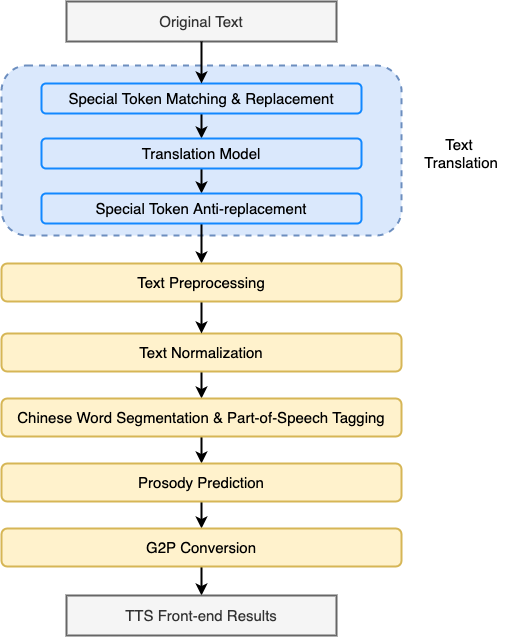
The draw.io diagram img/figure1_3.0.png in sweetbao/sweetbao.github.io, before a commit. Source tidied: cells renumbered, new cells last; positions are measured from the earlier drawing's top-left corner, leaving out a move shared by most shapes. Its diagram source:
```xml
<mxGraphModel>
  <root>
    <mxCell id="0" />
    <mxCell id="1" parent="0" />
    <mxCell id="2" value="Original Text" style="rounded=0;whiteSpace=wrap;html=1;fillColor=#f5f5f5;fontColor=#333333;strokeColor=#666666;strokeWidth=2;fontSize=15;" parent="1" vertex="1">
      <mxGeometry x="65" width="270" height="40" as="geometry" />
    </mxCell>
    <mxCell id="3" style="rounded=1;whiteSpace=wrap;html=1;dashed=1;fillColor=#dae8fc;strokeColor=#6c8ebf;strokeWidth=2;fontSize=15;" parent="1" vertex="1">
      <mxGeometry y="64" width="400" height="170" as="geometry" />
    </mxCell>
    <mxCell id="4" style="edgeStyle=orthogonalEdgeStyle;rounded=0;jettySize=auto;html=1;strokeWidth=2;fontSize=15;" parent="1" edge="1" source="5" target="7">
      <mxGeometry relative="1" as="geometry" />
    </mxCell>
    <mxCell id="5" value="Text Normalization" style="rounded=1;whiteSpace=wrap;html=1;fillColor=#fff2cc;strokeColor=#d6b656;imageWidth=24;strokeWidth=2;fontSize=15;" parent="1" vertex="1">
      <mxGeometry y="332" width="400" height="38" as="geometry" />
    </mxCell>
    <mxCell id="6" style="edgeStyle=orthogonalEdgeStyle;rounded=0;jettySize=auto;html=1;exitX=0.5;exitY=1;exitDx=0;exitDy=0;entryX=0.5;entryY=0;entryDx=0;entryDy=0;strokeWidth=2;fontSize=15;" parent="1" edge="1" source="7" target="18">
      <mxGeometry relative="1" as="geometry" />
    </mxCell>
    <mxCell id="7" value="Chinese Word Segmentation &amp;amp; Part-of-Speech Tagging" style="rounded=1;whiteSpace=wrap;html=1;fillColor=#fff2cc;strokeColor=#d6b656;strokeWidth=2;fontSize=15;" parent="1" vertex="1">
      <mxGeometry y="397" width="400" height="38" as="geometry" />
    </mxCell>
    <mxCell id="8" style="edgeStyle=orthogonalEdgeStyle;rounded=0;jettySize=auto;html=1;exitX=0.5;exitY=1;exitDx=0;exitDy=0;entryX=0.5;entryY=0;entryDx=0;entryDy=0;strokeWidth=2;fontSize=15;" parent="1" edge="1" source="18" target="19">
      <mxGeometry relative="1" as="geometry" />
    </mxCell>
    <mxCell id="9" style="edgeStyle=orthogonalEdgeStyle;rounded=0;jettySize=auto;html=1;exitX=0.5;exitY=1;exitDx=0;exitDy=0;strokeWidth=2;fontSize=15;" parent="1" edge="1" source="19" target="10">
      <mxGeometry relative="1" as="geometry" />
    </mxCell>
    <mxCell id="10" value="TTS Front-end Results" style="rounded=0;whiteSpace=wrap;html=1;fillColor=#f5f5f5;fontColor=#333333;strokeColor=#666666;strokeWidth=2;fontSize=15;" parent="1" vertex="1">
      <mxGeometry x="65" y="594" width="270" height="40" as="geometry" />
    </mxCell>
    <mxCell id="11" style="edgeStyle=orthogonalEdgeStyle;rounded=0;jettySize=auto;html=1;exitX=0.5;exitY=1;exitDx=0;exitDy=0;entryX=0.5;entryY=0;entryDx=0;entryDy=0;strokeWidth=2;strokeColor=#000000;fontSize=15;" parent="1" edge="1" source="12" target="14">
      <mxGeometry relative="1" as="geometry" />
    </mxCell>
    <mxCell id="12" value="Special Token Matching &amp;amp; Replacement" style="rounded=1;whiteSpace=wrap;html=1;fillColor=#dae8fc;strokeColor=#1288FF;strokeWidth=2;fontSize=15;" parent="1" vertex="1">
      <mxGeometry x="40" y="82" width="320" height="30" as="geometry" />
    </mxCell>
    <mxCell id="13" style="edgeStyle=orthogonalEdgeStyle;rounded=0;jettySize=auto;html=1;exitX=0.5;exitY=1;exitDx=0;exitDy=0;entryX=0.5;entryY=0;entryDx=0;entryDy=0;strokeWidth=2;strokeColor=#000000;fontSize=15;" parent="1" edge="1" source="14" target="16">
      <mxGeometry relative="1" as="geometry" />
    </mxCell>
    <mxCell id="14" value="Translation Model" style="rounded=1;whiteSpace=wrap;html=1;fillColor=#dae8fc;strokeColor=#1288FF;strokeWidth=2;fontSize=15;" parent="1" vertex="1">
      <mxGeometry x="40" y="137" width="320" height="30" as="geometry" />
    </mxCell>
    <mxCell id="15" style="edgeStyle=orthogonalEdgeStyle;rounded=0;jettySize=auto;html=1;exitX=0.5;exitY=1;exitDx=0;exitDy=0;entryX=0.5;entryY=0;entryDx=0;entryDy=0;fontSize=15;strokeColor=#000000;strokeWidth=2;" parent="1" edge="1" source="16" target="21">
      <mxGeometry relative="1" as="geometry" />
    </mxCell>
    <mxCell id="16" value="Special Token Anti-replacement" style="rounded=1;whiteSpace=wrap;html=1;fillColor=#dae8fc;strokeColor=#1288FF;strokeWidth=2;fontSize=15;" parent="1" vertex="1">
      <mxGeometry x="40" y="192" width="320" height="30" as="geometry" />
    </mxCell>
    <mxCell id="17" value="Text &lt;br style=&quot;font-size: 15px;&quot;&gt;Translation" style="text;html=1;strokeColor=none;fillColor=none;align=center;verticalAlign=middle;whiteSpace=wrap;rounded=0;strokeWidth=2;fontSize=15;" parent="1" vertex="1">
      <mxGeometry x="400" y="137" width="120" height="30" as="geometry" />
    </mxCell>
    <mxCell id="18" value="Prosody Prediction" style="rounded=1;whiteSpace=wrap;html=1;fillColor=#fff2cc;strokeColor=#d6b656;imageWidth=24;strokeWidth=2;fontSize=15;" parent="1" vertex="1">
      <mxGeometry y="462" width="400" height="38" as="geometry" />
    </mxCell>
    <mxCell id="19" value="G2P Conversion" style="rounded=1;whiteSpace=wrap;html=1;fillColor=#fff2cc;strokeColor=#d6b656;imageWidth=24;strokeWidth=2;fontSize=15;" parent="1" vertex="1">
      <mxGeometry y="527" width="400" height="38" as="geometry" />
    </mxCell>
    <mxCell id="20" style="edgeStyle=orthogonalEdgeStyle;rounded=0;jettySize=auto;html=1;exitX=0.5;exitY=1;exitDx=0;exitDy=0;fontSize=15;strokeColor=#000000;strokeWidth=2;" parent="1" edge="1" source="21" target="5">
      <mxGeometry relative="1" as="geometry" />
    </mxCell>
    <mxCell id="21" value="Text Preprocessing" style="rounded=1;whiteSpace=wrap;html=1;fillColor=#fff2cc;strokeColor=#d6b656;imageWidth=24;strokeWidth=2;fontSize=15;" parent="1" vertex="1">
      <mxGeometry y="262" width="400" height="38" as="geometry" />
    </mxCell>
    <mxCell id="22" style="edgeStyle=orthogonalEdgeStyle;rounded=0;jettySize=auto;html=1;exitX=0.5;exitY=1;exitDx=0;exitDy=0;entryX=0.5;entryY=0;entryDx=0;entryDy=0;strokeWidth=2;fontSize=15;" parent="1" edge="1" source="2" target="12">
      <mxGeometry relative="1" as="geometry" />
    </mxCell>
  </root>
</mxGraphModel>
```
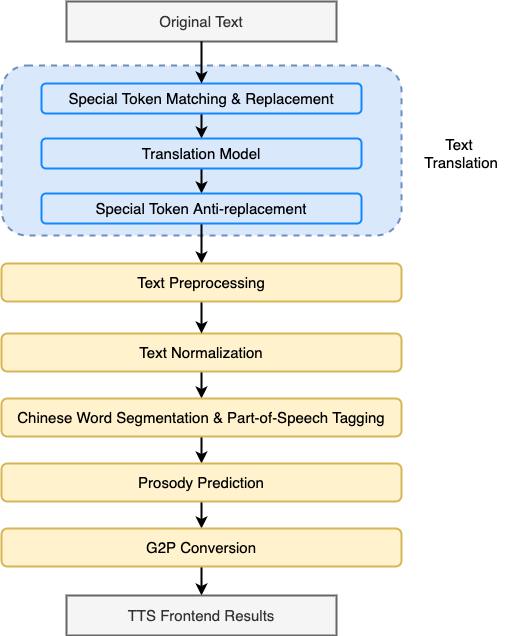
Later version of the same file.

What changed in the source:
```diff
@@ -26,7 +26,7 @@
     <mxCell id="9" style="edgeStyle=orthogonalEdgeStyle;rounded=0;jettySize=auto;html=1;exitX=0.5;exitY=1;exitDx=0;exitDy=0;strokeWidth=2;fontSize=15;" parent="1" edge="1" source="19" target="10">
       <mxGeometry relative="1" as="geometry" />
     </mxCell>
-    <mxCell id="10" value="TTS Front-end Results" style="rounded=0;whiteSpace=wrap;html=1;fillColor=#f5f5f5;fontColor=#333333;strokeColor=#666666;strokeWidth=2;fontSize=15;" parent="1" vertex="1">
+    <mxCell id="10" value="TTS Frontend Results" style="rounded=0;whiteSpace=wrap;html=1;fillColor=#f5f5f5;fontColor=#333333;strokeColor=#666666;strokeWidth=2;fontSize=15;" parent="1" vertex="1">
       <mxGeometry x="65" y="594" width="270" height="40" as="geometry" />
     </mxCell>
     <mxCell id="11" style="edgeStyle=orthogonalEdgeStyle;rounded=0;jettySize=auto;html=1;exitX=0.5;exitY=1;exitDx=0;exitDy=0;entryX=0.5;entryY=0;entryDx=0;entryDy=0;strokeWidth=2;strokeColor=#000000;fontSize=15;" parent="1" edge="1" source="12" target="14">
```
